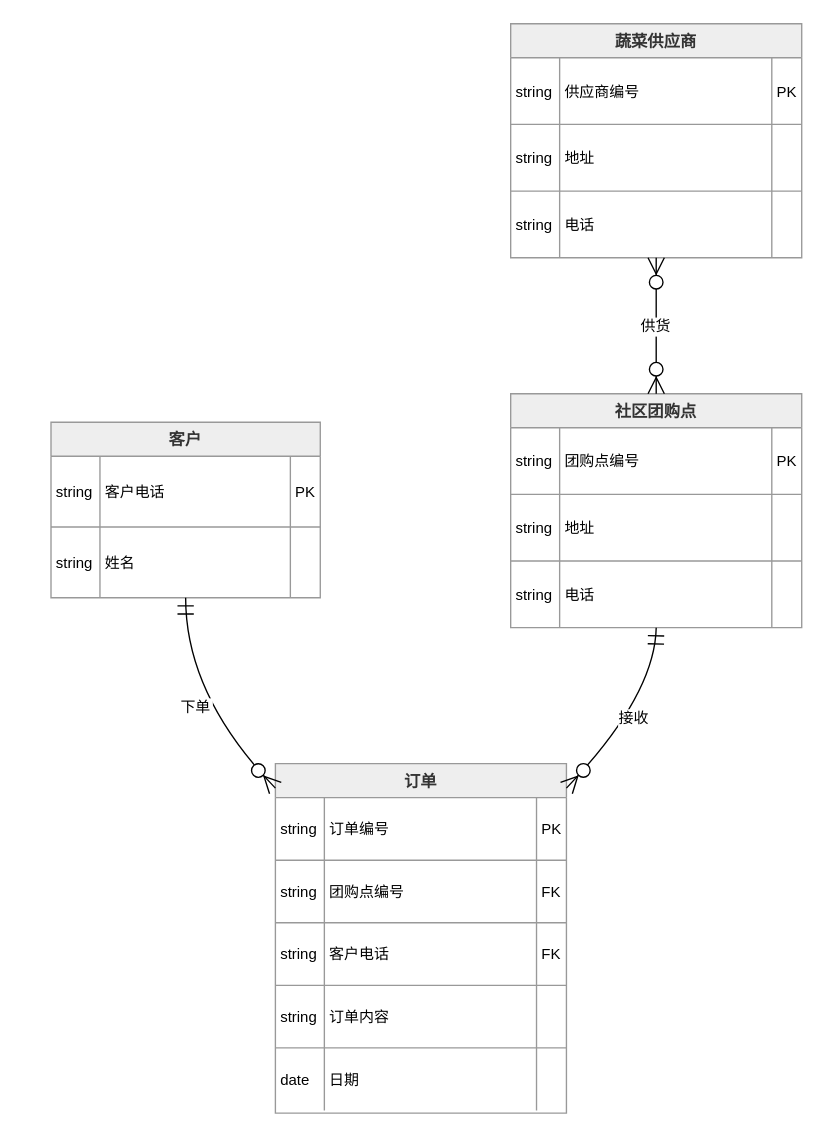
Above: 第三，四章，51题类图.drawio in Jackrainman/draw.io (draw.io), before the change. Source tidied: cells renumbered, new cells numbered last; positions are measured from the earlier drawing's top-left corner, leaving out a move shared by most shapes. Both pictures are drawn from the tidied source at 136%, with x=0, y=0 at pixel (50, 23).
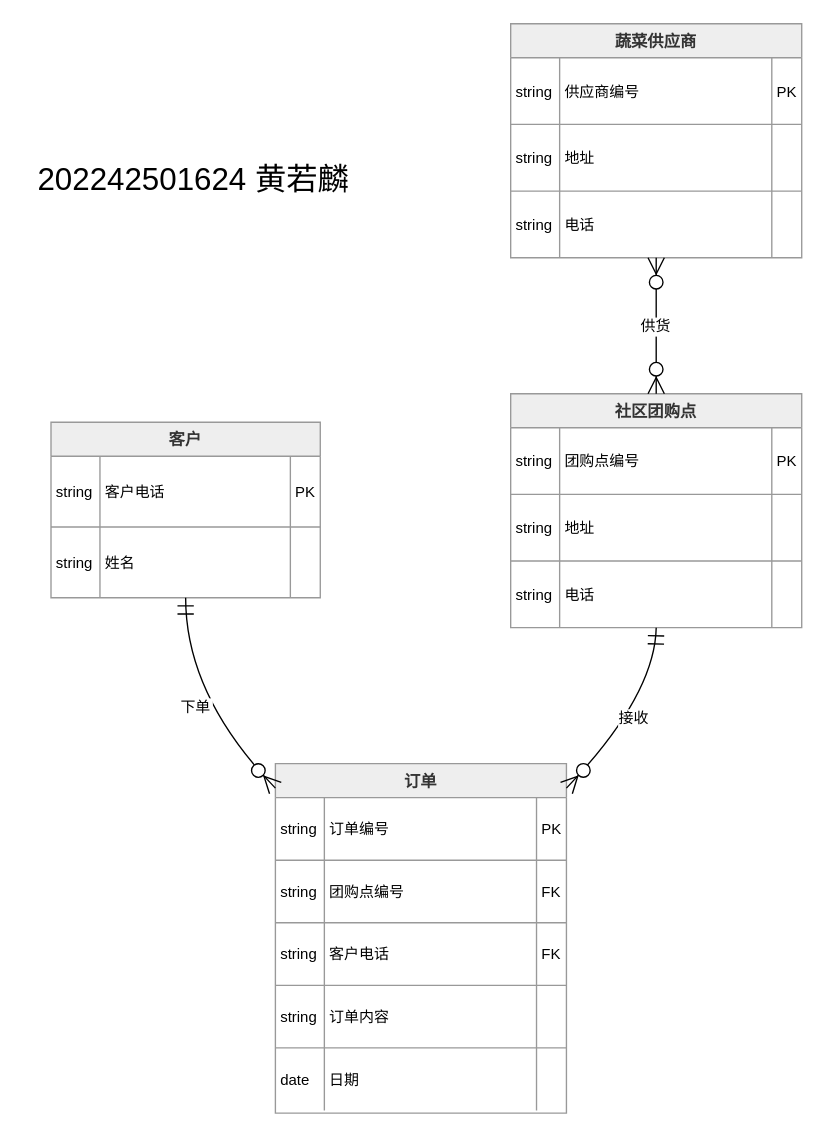
The same page after the edit.

Commit message:
更新第三，四章，51题类图.drawio

The edit, as a diff of the source:
```diff
@@
+    <mxCell id="61" value="&lt;font style=&quot;font-size: 23px;&quot;&gt;202242501624 黄若麟&lt;/font&gt;" style="text;html=1;whiteSpace=wrap;strokeColor=none;fillColor=none;align=center;verticalAlign=middle;rounded=0;" parent="1" vertex="1">
+      <mxGeometry x="-20" y="80" width="250" height="70" as="geometry" />
+    </mxCell>
```
